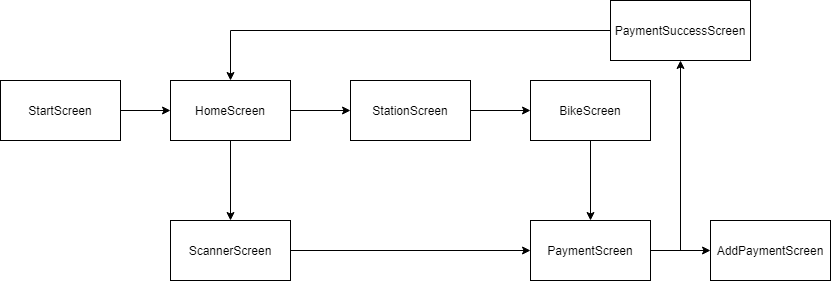
This is DetailedDesign/Interface Design/NavigationScreen.png from duchdtran/TKXDPM.20201-04, a draw.io export, as it was before one commit. Source tidied: cells renumbered, new cells last; positions are measured from the earlier drawing's top-left corner, leaving out a move shared by most shapes.
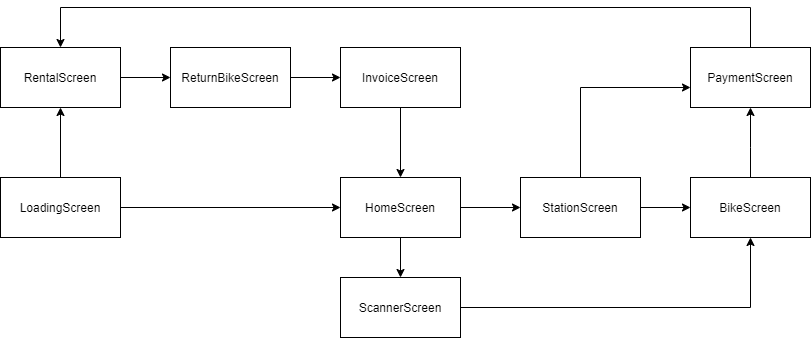
Above is the later version.

Commit message:
add physical data model

Diff of the diagram source:
```diff
@@ -2,60 +2,87 @@
   <root>
     <mxCell id="0" />
     <mxCell id="1" parent="0" />
-    <mxCell id="2" style="edgeStyle=orthogonalEdgeStyle;rounded=0;jettySize=auto;html=1;" parent="1" edge="1" source="3" target="6">
-      <mxGeometry relative="1" as="geometry" />
-    </mxCell>
-    <mxCell id="3" value="StartScreen" style="rounded=0;whiteSpace=wrap;html=1;" parent="1" vertex="1">
-      <mxGeometry y="80" width="120" height="60" as="geometry" />
-    </mxCell>
-    <mxCell id="4" style="edgeStyle=orthogonalEdgeStyle;rounded=0;jettySize=auto;html=1;" parent="1" edge="1" source="6" target="12">
-      <mxGeometry relative="1" as="geometry" />
-    </mxCell>
-    <mxCell id="5" style="edgeStyle=orthogonalEdgeStyle;rounded=0;jettySize=auto;html=1;" parent="1" edge="1" source="6" target="8">
-      <mxGeometry relative="1" as="geometry" />
-    </mxCell>
-    <mxCell id="6" value="HomeScreen" style="rounded=0;whiteSpace=wrap;html=1;" parent="1" vertex="1">
-      <mxGeometry x="170" y="80" width="120" height="60" as="geometry" />
-    </mxCell>
-    <mxCell id="7" style="edgeStyle=orthogonalEdgeStyle;rounded=0;jettySize=auto;html=1;" parent="1" edge="1" source="8" target="10">
-      <mxGeometry relative="1" as="geometry" />
-    </mxCell>
-    <mxCell id="8" value="StationScreen" style="rounded=0;whiteSpace=wrap;html=1;" parent="1" vertex="1">
-      <mxGeometry x="350" y="80" width="120" height="60" as="geometry" />
-    </mxCell>
+    <mxCell id="19" style="edgeStyle=orthogonalEdgeStyle;rounded=0;jettySize=auto;html=1;" parent="1" edge="1" source="21" target="6">
+      <mxGeometry relative="1" as="geometry" />
+    </mxCell>
+    <mxCell id="20" style="edgeStyle=orthogonalEdgeStyle;rounded=0;jettySize=auto;html=1;" parent="1" edge="1" source="21" target="27">
+      <mxGeometry relative="1" as="geometry">
+        <Array as="points">
+          <mxPoint x="50" y="120" />
+          <mxPoint x="50" y="120" />
+        </Array>
+      </mxGeometry>
+    </mxCell>
+    <mxCell id="21" value="LoadingScreen" style="rounded=0;whiteSpace=wrap;html=1;" parent="1" vertex="1">
+      <mxGeometry x="-10" y="220" width="120" height="60" as="geometry" />
+    </mxCell>
+    <mxCell id="22" style="edgeStyle=orthogonalEdgeStyle;rounded=0;jettySize=auto;html=1;" parent="1" edge="1" source="15" target="27">
+      <mxGeometry relative="1" as="geometry">
+        <Array as="points">
+          <mxPoint x="740" y="50" />
+          <mxPoint x="50" y="50" />
+        </Array>
+      </mxGeometry>
+    </mxCell>
+    <mxCell id="15" value="PaymentScreen" style="rounded=0;whiteSpace=wrap;html=1;" parent="1" vertex="1">
+      <mxGeometry x="680" y="90" width="120" height="60" as="geometry" />
+    </mxCell>
     <mxCell id="9" style="edgeStyle=orthogonalEdgeStyle;rounded=0;jettySize=auto;html=1;" parent="1" edge="1" source="10" target="15">
-      <mxGeometry relative="1" as="geometry" />
+      <mxGeometry relative="1" as="geometry">
+        <Array as="points">
+          <mxPoint x="740" y="190" />
+          <mxPoint x="740" y="190" />
+        </Array>
+      </mxGeometry>
     </mxCell>
     <mxCell id="10" value="BikeScreen" style="rounded=0;whiteSpace=wrap;html=1;" parent="1" vertex="1">
-      <mxGeometry x="530" y="80" width="120" height="60" as="geometry" />
+      <mxGeometry x="680" y="220" width="120" height="60" as="geometry" />
     </mxCell>
-    <mxCell id="11" style="edgeStyle=orthogonalEdgeStyle;rounded=0;jettySize=auto;html=1;" parent="1" edge="1" source="12" target="15">
-      <mxGeometry relative="1" as="geometry" />
-    </mxCell>
+    <mxCell id="7" style="edgeStyle=orthogonalEdgeStyle;rounded=0;jettySize=auto;html=1;" parent="1" edge="1" source="8" target="10">
+      <mxGeometry relative="1" as="geometry" />
+    </mxCell>
+    <mxCell id="23" style="edgeStyle=orthogonalEdgeStyle;rounded=0;jettySize=auto;html=1;" parent="1" edge="1" source="8" target="15">
+      <mxGeometry relative="1" as="geometry">
+        <Array as="points">
+          <mxPoint x="570" y="130" />
+        </Array>
+      </mxGeometry>
+    </mxCell>
+    <mxCell id="8" value="StationScreen" style="rounded=0;whiteSpace=wrap;html=1;" parent="1" vertex="1">
+      <mxGeometry x="510" y="220" width="120" height="60" as="geometry" />
+    </mxCell>
+    <mxCell id="24" style="edgeStyle=orthogonalEdgeStyle;rounded=0;jettySize=auto;html=1;entryX=0;entryY=0.5;entryDx=0;entryDy=0;" parent="1" edge="1" source="25" target="29">
+      <mxGeometry relative="1" as="geometry" />
+    </mxCell>
+    <mxCell id="25" value="ReturnBikeScreen" style="rounded=0;whiteSpace=wrap;html=1;" parent="1" vertex="1">
+      <mxGeometry x="160" y="90" width="120" height="60" as="geometry" />
+    </mxCell>
+    <mxCell id="5" style="edgeStyle=orthogonalEdgeStyle;rounded=0;jettySize=auto;html=1;" parent="1" edge="1" source="6" target="8">
+      <mxGeometry relative="1" as="geometry" />
+    </mxCell>
+    <mxCell id="4" style="edgeStyle=orthogonalEdgeStyle;rounded=0;jettySize=auto;html=1;entryX=0.5;entryY=0;entryDx=0;entryDy=0;" parent="1" edge="1" source="6" target="12">
+      <mxGeometry relative="1" as="geometry" />
+    </mxCell>
+    <mxCell id="6" value="HomeScreen" style="rounded=0;whiteSpace=wrap;html=1;" parent="1" vertex="1">
+      <mxGeometry x="330" y="220" width="120" height="60" as="geometry" />
+    </mxCell>
+    <mxCell id="26" style="edgeStyle=orthogonalEdgeStyle;rounded=0;jettySize=auto;html=1;" parent="1" edge="1" source="27" target="25">
+      <mxGeometry relative="1" as="geometry" />
+    </mxCell>
+    <mxCell id="27" value="RentalScreen" style="rounded=0;whiteSpace=wrap;html=1;" parent="1" vertex="1">
+      <mxGeometry x="-10" y="90" width="120" height="60" as="geometry" />
+    </mxCell>
+    <mxCell id="28" style="edgeStyle=orthogonalEdgeStyle;rounded=0;jettySize=auto;html=1;exitX=0.5;exitY=1;exitDx=0;exitDy=0;entryX=0.5;entryY=0;entryDx=0;entryDy=0;" parent="1" edge="1" source="29" target="6">
+      <mxGeometry relative="1" as="geometry" />
+    </mxCell>
+    <mxCell id="29" value="InvoiceScreen" style="rounded=0;whiteSpace=wrap;html=1;" parent="1" vertex="1">
+      <mxGeometry x="330" y="90" width="120" height="60" as="geometry" />
+    </mxCell>
+    <mxCell id="30" style="edgeStyle=orthogonalEdgeStyle;rounded=0;jettySize=auto;html=1;entryX=0.5;entryY=1;entryDx=0;entryDy=0;" parent="1" edge="1" source="12" target="10">
+      <mxGeometry relative="1" as="geometry" />
+    </mxCell>
     <mxCell id="12" value="ScannerScreen" style="rounded=0;whiteSpace=wrap;html=1;" parent="1" vertex="1">
-      <mxGeometry x="170" y="220" width="120" height="60" as="geometry" />
+      <mxGeometry x="330" y="320" width="120" height="60" as="geometry" />
     </mxCell>
-    <mxCell id="13" style="edgeStyle=orthogonalEdgeStyle;rounded=0;jettySize=auto;html=1;" parent="1" edge="1" source="15" target="16">
-      <mxGeometry relative="1" as="geometry" />
-    </mxCell>
-    <mxCell id="14" style="edgeStyle=orthogonalEdgeStyle;rounded=0;jettySize=auto;html=1;" parent="1" edge="1" source="15" target="18">
-      <mxGeometry relative="1" as="geometry">
-        <Array as="points">
-          <mxPoint x="680" y="250" />
-        </Array>
-      </mxGeometry>
-    </mxCell>
-    <mxCell id="15" value="PaymentScreen" style="rounded=0;whiteSpace=wrap;html=1;" parent="1" vertex="1">
-      <mxGeometry x="530" y="220" width="120" height="60" as="geometry" />
-    </mxCell>
-    <mxCell id="16" value="AddPaymentScreen" style="rounded=0;whiteSpace=wrap;html=1;" parent="1" vertex="1">
-      <mxGeometry x="710" y="220" width="120" height="60" as="geometry" />
-    </mxCell>
-    <mxCell id="17" style="edgeStyle=orthogonalEdgeStyle;rounded=0;jettySize=auto;html=1;" parent="1" edge="1" source="18" target="6">
-      <mxGeometry relative="1" as="geometry" />
-    </mxCell>
-    <mxCell id="18" value="PaymentSuccessScreen" style="rounded=0;whiteSpace=wrap;html=1;" parent="1" vertex="1">
-      <mxGeometry x="610" width="140" height="60" as="geometry" />
-    </mxCell>
   </root>
 </mxGraphModel>
```
